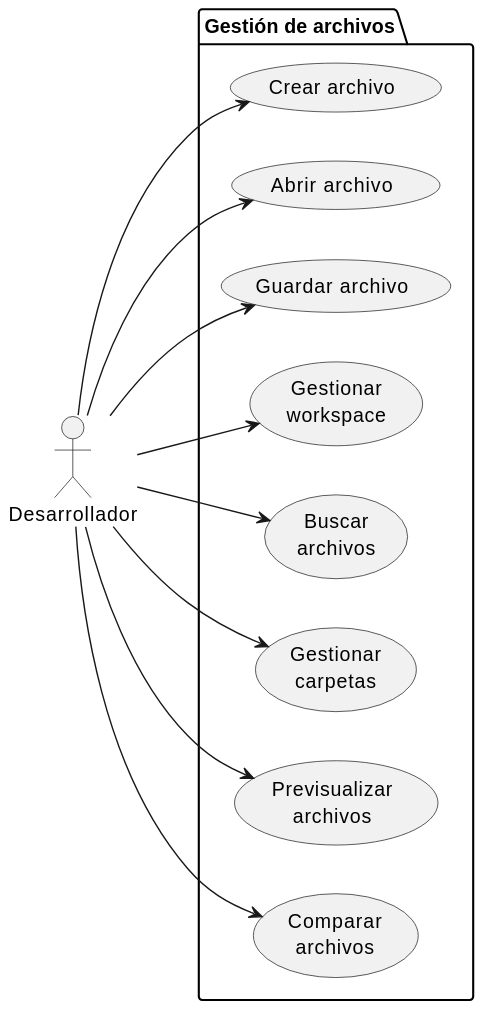
mmasias/mmasias keeps this PlantUML diagram as images/UNEATLANTICO/idsw1/vscode/ddr-AyCdU-v1-02.svg. Above is the earlier version.
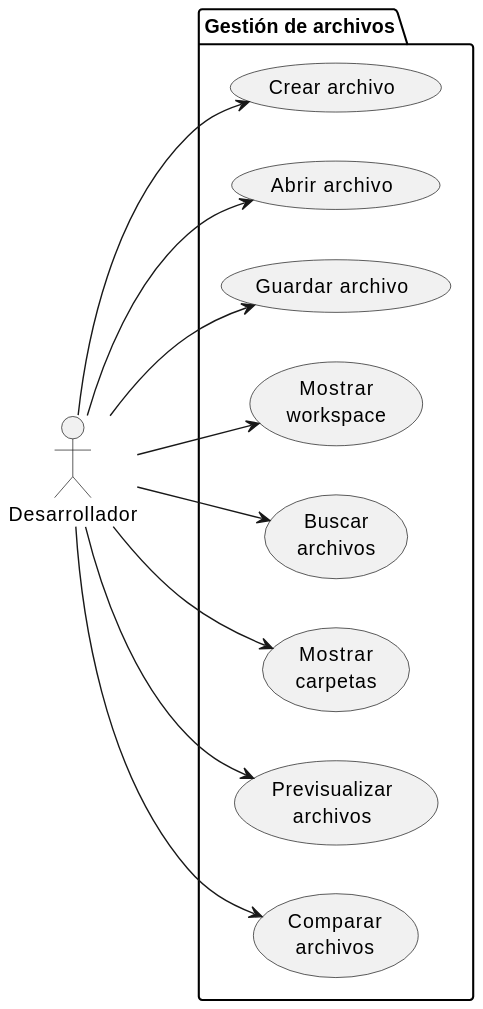
The same file after the commit.

The edit, as a diff of the source:
```diff
@@ -7,9 +7,9 @@
     usecase "Crear archivo" as GA1
     usecase "Abrir archivo" as GA2
     usecase "Guardar archivo" as GA3
-    usecase "Gestionar\nworkspace" as GA4
+    usecase "Mostrar\nworkspace" as GA4
     usecase "Buscar\narchivos" as GA5
-    usecase "Gestionar\ncarpetas" as GA6
+    usecase "Mostrar\ncarpetas" as GA6
     usecase "Previsualizar\narchivos" as GA7
     usecase "Comparar\narchivos" as GA8
 }
```
